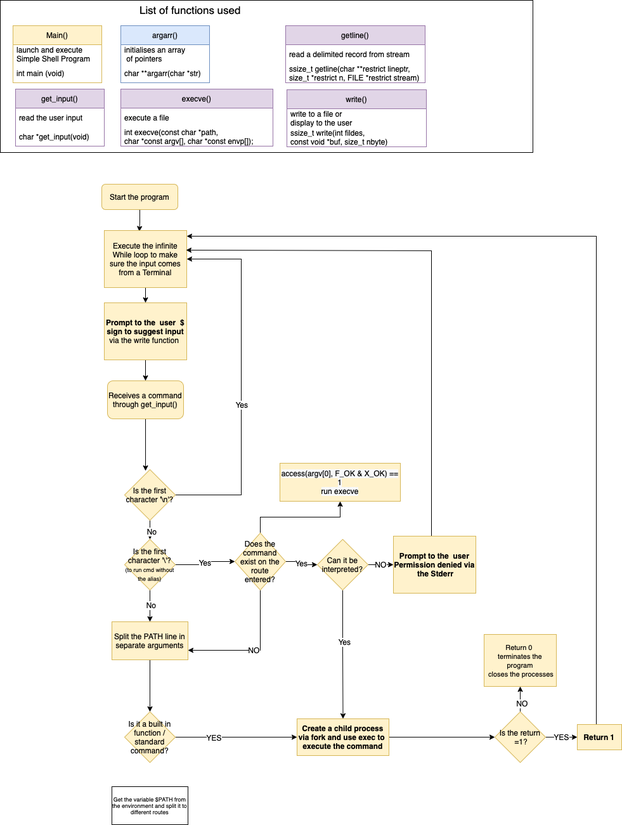
Before: Simple_shell.drawio.png, a diagram exported from draw.io (RainInApril/holbertonschool-simple_shell). Source tidied: cells renumbered, new cells last; positions are measured from the earlier drawing's top-left corner, leaving out a move shared by most shapes.
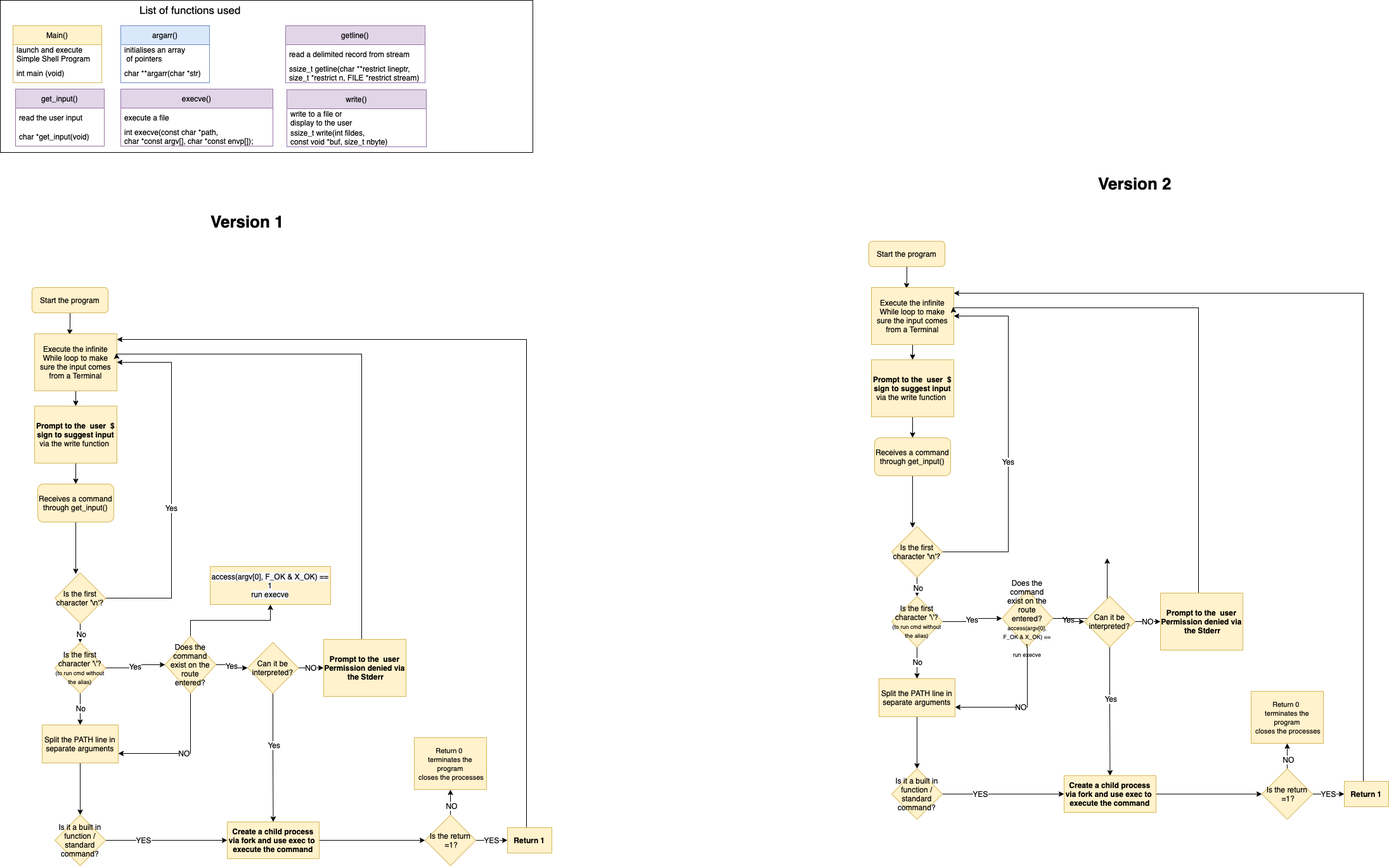
Later version of the same file.

Change to the diagram source:
```diff
@@ -3,7 +3,7 @@
     <mxCell id="0" />
     <mxCell id="1" parent="0" />
     <mxCell id="2" style="rounded=0;whiteSpace=wrap;html=1;fontSize=17;fillColor=none;" parent="1" vertex="1">
-      <mxGeometry width="840" height="240" as="geometry" />
+      <mxGeometry x="110" y="-163" width="840" height="240" as="geometry" />
     </mxCell>
     <mxCell id="3" style="edgeStyle=orthogonalEdgeStyle;rounded=0;jettySize=auto;html=1;entryX=0.425;entryY=0.017;entryDx=0;entryDy=0;entryPerimeter=0;" parent="1" edge="1" source="4" target="9">
       <mxGeometry relative="1" as="geometry" />
@@ -12,7 +12,7 @@
       <mxGeometry x="160" y="290" width="120" height="40" as="geometry" />
     </mxCell>
     <mxCell id="5" value="Main()" style="swimlane;fontStyle=0;horizontal=1;startSize=30;fillColor=#fff2cc;strokeColor=#d6b656;" parent="1" vertex="1">
-      <mxGeometry x="20" y="40" width="140" height="90" as="geometry" />
+      <mxGeometry x="130" y="-123" width="140" height="90" as="geometry" />
     </mxCell>
     <mxCell id="6" value="launch and execute &#10;Simple Shell Program" style="text;strokeColor=none;fillColor=none;align=left;verticalAlign=middle;spacingLeft=4;spacingRight=4;overflow=hidden;" parent="5" vertex="1">
       <mxGeometry y="30" width="140" height="30" as="geometry" />
@@ -33,7 +33,7 @@
       <mxGeometry x="164" y="477" width="130" height="90" as="geometry" />
     </mxCell>
     <mxCell id="12" value="get_input()" style="swimlane;fontStyle=0;horizontal=1;startSize=30;fillColor=#e1d5e7;strokeColor=#9673a6;" parent="1" vertex="1">
-      <mxGeometry x="24" y="140" width="140" height="90" as="geometry" />
+      <mxGeometry x="134" y="-23" width="140" height="90" as="geometry" />
     </mxCell>
     <mxCell id="13" value="read the user input" style="text;strokeColor=none;fillColor=none;align=left;verticalAlign=middle;spacingLeft=4;spacingRight=4;overflow=hidden;" parent="12" vertex="1">
       <mxGeometry y="30" width="140" height="30" as="geometry" />
@@ -42,7 +42,7 @@
       <mxGeometry y="60" width="140" height="30" as="geometry" />
     </mxCell>
     <mxCell id="15" value="List of functions used" style="text;html=1;strokeColor=none;fillColor=none;align=center;verticalAlign=middle;whiteSpace=wrap;rounded=0;fontSize=17;" parent="1" vertex="1">
-      <mxGeometry x="150" width="300" height="30" as="geometry" />
+      <mxGeometry x="260" y="-163" width="300" height="30" as="geometry" />
     </mxCell>
     <mxCell id="16" style="edgeStyle=orthogonalEdgeStyle;rounded=0;jettySize=auto;html=1;entryX=0.413;entryY=0.025;entryDx=0;entryDy=0;entryPerimeter=0;fontFamily=Helvetica;fontSize=12;" parent="1" edge="1" source="17" target="34">
       <mxGeometry relative="1" as="geometry" />
@@ -51,7 +51,7 @@
       <mxGeometry x="169" y="600" width="120" height="60" as="geometry" />
     </mxCell>
     <mxCell id="18" value="argarr()" style="swimlane;fontStyle=0;horizontal=1;startSize=30;fillColor=#dae8fc;strokeColor=#6c8ebf;" parent="1" vertex="1">
-      <mxGeometry x="190" y="40" width="140" height="90" as="geometry" />
+      <mxGeometry x="300" y="-123" width="140" height="90" as="geometry" />
     </mxCell>
     <mxCell id="19" value="initialises an array&#10; of pointers" style="text;strokeColor=none;fillColor=none;align=left;verticalAlign=middle;spacingLeft=4;spacingRight=4;overflow=hidden;" parent="18" vertex="1">
       <mxGeometry y="30" width="140" height="30" as="geometry" />
@@ -60,7 +60,7 @@
       <mxGeometry y="60" width="140" height="30" as="geometry" />
     </mxCell>
     <mxCell id="21" value="execve()" style="swimlane;fontStyle=0;horizontal=1;startSize=30;fillColor=#e1d5e7;strokeColor=#9673a6;" parent="1" vertex="1">
-      <mxGeometry x="190" y="140" width="240" height="90" as="geometry" />
+      <mxGeometry x="300" y="-23" width="240" height="90" as="geometry" />
     </mxCell>
     <mxCell id="22" value="execute a file" style="text;strokeColor=none;fillColor=none;align=left;verticalAlign=middle;spacingLeft=4;spacingRight=4;overflow=hidden;" parent="21" vertex="1">
       <mxGeometry y="30" width="240" height="30" as="geometry" />
@@ -69,7 +69,7 @@
       <mxGeometry y="60" width="240" height="30" as="geometry" />
     </mxCell>
     <mxCell id="24" value="getline()" style="swimlane;fontStyle=0;horizontal=1;startSize=30;fillColor=#e1d5e7;strokeColor=#9673a6;" parent="1" vertex="1">
-      <mxGeometry x="450" y="40" width="220" height="90" as="geometry" />
+      <mxGeometry x="560" y="-123" width="220" height="90" as="geometry" />
     </mxCell>
     <mxCell id="25" value="read a delimited record from stream" style="text;strokeColor=none;fillColor=none;align=left;verticalAlign=middle;spacingLeft=4;spacingRight=4;overflow=hidden;fontFamily=Helvetica;" parent="24" vertex="1">
       <mxGeometry y="30" width="220" height="30" as="geometry" />
@@ -78,7 +78,7 @@
       <mxGeometry y="60" width="220" height="30" as="geometry" />
     </mxCell>
     <mxCell id="27" value="write()" style="swimlane;fontStyle=0;horizontal=1;startSize=30;fillColor=#e1d5e7;strokeColor=#9673a6;" parent="1" vertex="1">
-      <mxGeometry x="452" y="141" width="220" height="90" as="geometry" />
+      <mxGeometry x="562" y="-22" width="220" height="90" as="geometry" />
     </mxCell>
     <mxCell id="28" value="write to a file or&#10;display to the user" style="text;strokeColor=none;fillColor=none;align=left;verticalAlign=middle;spacingLeft=4;spacingRight=4;overflow=hidden;" parent="27" vertex="1">
       <mxGeometry y="30" width="220" height="30" as="geometry" />
@@ -202,11 +202,156 @@
     <mxCell id="62" value="&lt;font style=&quot;font-size: 11px;&quot;&gt;Return 0 &lt;br&gt;terminates the program&lt;br&gt;&amp;nbsp;closes the processes&lt;/font&gt;" style="rounded=0;whiteSpace=wrap;html=1;fillColor=#fff2cc;strokeColor=#d6b656;" parent="1" vertex="1">
       <mxGeometry x="763" y="1000" width="114" height="82" as="geometry" />
     </mxCell>
-    <mxCell id="63" value="Get the variable $PATH from the environment and split it to different routes" style="rounded=0;whiteSpace=wrap;html=1;fontFamily=Helvetica;fontSize=9;fillColor=none;" parent="1" vertex="1">
-      <mxGeometry x="176" y="1240" width="120" height="60" as="geometry" />
-    </mxCell>
     <mxCell id="64" value="&lt;span style=&quot;caret-color: rgb(0, 0, 0); color: rgb(0, 0, 0); font-family: Helvetica; font-size: 12px; font-style: normal; font-variant-caps: normal; font-weight: 400; letter-spacing: normal; text-align: center; text-indent: 0px; text-transform: none; word-spacing: 0px; -webkit-text-stroke-width: 0px; background-color: rgb(248, 249, 250); text-decoration: none; float: none; display: inline !important;&quot;&gt;access(argv[0], F_OK &amp;amp; X_OK) == 1&lt;br&gt;run execve&lt;br&gt;&lt;/span&gt;" style="whiteSpace=wrap;html=1;fillColor=#fff2cc;strokeColor=#d6b656;" parent="1" vertex="1">
       <mxGeometry x="441" y="730" width="190" height="60" as="geometry" />
     </mxCell>
+    <mxCell id="65" style="edgeStyle=orthogonalEdgeStyle;rounded=0;jettySize=auto;html=1;entryX=0.425;entryY=0.017;entryDx=0;entryDy=0;entryPerimeter=0;" parent="1" edge="1" source="66" target="68">
+      <mxGeometry relative="1" as="geometry" />
+    </mxCell>
+    <mxCell id="66" value="Start the program" style="rounded=1;whiteSpace=wrap;html=1;fontSize=12;glass=0;strokeWidth=1;shadow=0;fillColor=#fff2cc;strokeColor=#d6b656;" parent="1" vertex="1">
+      <mxGeometry x="1480" y="217" width="120" height="40" as="geometry" />
+    </mxCell>
+    <mxCell id="67" style="edgeStyle=orthogonalEdgeStyle;rounded=0;jettySize=auto;html=1;entryX=0.5;entryY=0;entryDx=0;entryDy=0;" parent="1" edge="1" source="68" target="70">
+      <mxGeometry relative="1" as="geometry" />
+    </mxCell>
+    <mxCell id="68" value="Execute the infinite While loop to make sure the input comes from a Terminal" style="rounded=0;whiteSpace=wrap;html=1;fillColor=#fff2cc;strokeColor=#d6b656;" parent="1" vertex="1">
+      <mxGeometry x="1484" y="290" width="130" height="90" as="geometry" />
+    </mxCell>
+    <mxCell id="69" style="edgeStyle=orthogonalEdgeStyle;rounded=0;jettySize=auto;html=1;entryX=0.5;entryY=0;entryDx=0;entryDy=0;fontSize=12;" parent="1" edge="1" source="70" target="72">
+      <mxGeometry relative="1" as="geometry" />
+    </mxCell>
+    <mxCell id="70" value="&lt;b&gt;Prompt to the &amp;nbsp;user &amp;nbsp;$ sign to suggest input&lt;/b&gt;&lt;br&gt;via the write function&amp;nbsp;" style="rounded=0;whiteSpace=wrap;html=1;fillColor=#fff2cc;strokeColor=#d6b656;" parent="1" vertex="1">
+      <mxGeometry x="1484" y="404" width="130" height="90" as="geometry" />
+    </mxCell>
+    <mxCell id="71" style="edgeStyle=orthogonalEdgeStyle;rounded=0;jettySize=auto;html=1;entryX=0.413;entryY=0.025;entryDx=0;entryDy=0;entryPerimeter=0;fontFamily=Helvetica;fontSize=12;" parent="1" edge="1" source="72" target="77">
+      <mxGeometry relative="1" as="geometry" />
+    </mxCell>
+    <mxCell id="72" value="Receives a command through get_input()" style="rounded=1;whiteSpace=wrap;html=1;fontSize=12;fillColor=#fff2cc;strokeColor=#d6b656;" parent="1" vertex="1">
+      <mxGeometry x="1489" y="527" width="120" height="60" as="geometry" />
+    </mxCell>
+    <mxCell id="73" style="edgeStyle=orthogonalEdgeStyle;rounded=0;jettySize=auto;html=1;entryX=1;entryY=0.5;entryDx=0;entryDy=0;fontFamily=Helvetica;fontSize=12;exitX=1;exitY=0.5;exitDx=0;exitDy=0;" parent="1" edge="1" source="77" target="68">
+      <mxGeometry relative="1" as="geometry">
+        <Array as="points">
+          <mxPoint x="1700" y="707" />
+          <mxPoint x="1700" y="335" />
+        </Array>
+      </mxGeometry>
+    </mxCell>
+    <mxCell id="74" value="Yes" style="edgeLabel;html=1;align=center;verticalAlign=middle;fontSize=12;fontFamily=Helvetica;" parent="73" vertex="1">
+      <mxGeometry x="-0.12" relative="1" as="geometry" />
+    </mxCell>
+    <mxCell id="75" style="edgeStyle=orthogonalEdgeStyle;rounded=0;jettySize=auto;html=1;entryX=0.5;entryY=0;entryDx=0;entryDy=0;fontFamily=Helvetica;fontSize=12;" parent="1" edge="1" source="77" target="81">
+      <mxGeometry relative="1" as="geometry" />
+    </mxCell>
+    <mxCell id="76" value="No" style="edgeLabel;html=1;align=center;verticalAlign=middle;fontSize=12;fontFamily=Helvetica;" parent="75" vertex="1">
+      <mxGeometry x="0.48" y="2" relative="1" as="geometry" />
+    </mxCell>
+    <mxCell id="77" value="Is the first character '\n'?" style="rhombus;whiteSpace=wrap;html=1;fontFamily=Helvetica;fontSize=12;fillColor=#fff2cc;strokeColor=#d6b656;" parent="1" vertex="1">
+      <mxGeometry x="1516" y="667" width="80" height="80" as="geometry" />
+    </mxCell>
+    <mxCell id="78" value="Yes" style="edgeStyle=orthogonalEdgeStyle;rounded=0;jettySize=auto;html=1;entryX=0;entryY=0.5;entryDx=0;entryDy=0;fontFamily=Helvetica;fontSize=12;" parent="1" edge="1" source="81" target="85">
+      <mxGeometry relative="1" as="geometry" />
+    </mxCell>
+    <mxCell id="79" style="edgeStyle=orthogonalEdgeStyle;rounded=0;jettySize=auto;html=1;fontFamily=Helvetica;fontSize=12;" parent="1" edge="1" source="81" target="87">
+      <mxGeometry relative="1" as="geometry" />
+    </mxCell>
+    <mxCell id="80" value="No" style="edgeLabel;html=1;align=center;verticalAlign=middle;fontSize=12;fontFamily=Helvetica;" parent="79" vertex="1">
+      <mxGeometry x="-0.08" y="1" relative="1" as="geometry" />
+    </mxCell>
+    <mxCell id="81" value="Is the first character '\'?&lt;br&gt;&lt;font style=&quot;font-size: 9px;&quot;&gt;(to run cmd without the alias)&lt;/font&gt;" style="rhombus;whiteSpace=wrap;html=1;fontFamily=Helvetica;fontSize=12;fillColor=#fff2cc;strokeColor=#d6b656;" parent="1" vertex="1">
+      <mxGeometry x="1516" y="777" width="80" height="80" as="geometry" />
+    </mxCell>
+    <mxCell id="82" value="Yes" style="edgeStyle=orthogonalEdgeStyle;rounded=0;jettySize=auto;html=1;fontFamily=Helvetica;fontSize=12;" parent="1" edge="1" source="85" target="91">
+      <mxGeometry relative="1" as="geometry" />
+    </mxCell>
+    <mxCell id="83" value="NO" style="edgeStyle=orthogonalEdgeStyle;rounded=0;jettySize=auto;html=1;entryX=1;entryY=0.75;entryDx=0;entryDy=0;fontFamily=Helvetica;fontSize=12;" parent="1" edge="1" source="85" target="87">
+      <mxGeometry relative="1" as="geometry">
+        <Array as="points">
+          <mxPoint x="1730" y="952" />
+        </Array>
+      </mxGeometry>
+    </mxCell>
+    <mxCell id="84" style="edgeStyle=orthogonalEdgeStyle;rounded=0;jettySize=auto;html=1;" parent="1" edge="1" source="85">
+      <mxGeometry relative="1" as="geometry">
+        <mxPoint x="1856" y="717" as="targetPoint" />
+      </mxGeometry>
+    </mxCell>
+    <mxCell id="85" value="Does the command exist on the route entered?&lt;br&gt;&lt;font style=&quot;font-size: 9px;&quot;&gt;access(argv[0], F_OK &amp;amp; X_OK) == 1&lt;br&gt;run execve&lt;/font&gt;" style="rhombus;whiteSpace=wrap;html=1;fontFamily=Helvetica;fontSize=12;fillColor=#fff2cc;strokeColor=#d6b656;" parent="1" vertex="1">
+      <mxGeometry x="1690" y="767" width="80" height="90" as="geometry" />
+    </mxCell>
+    <mxCell id="86" style="edgeStyle=orthogonalEdgeStyle;rounded=0;jettySize=auto;html=1;entryX=0.5;entryY=0;entryDx=0;entryDy=0;fontFamily=Helvetica;fontSize=12;" parent="1" edge="1" source="87" target="98">
+      <mxGeometry relative="1" as="geometry" />
+    </mxCell>
+    <mxCell id="87" value="Split the PATH line in separate arguments" style="rounded=0;whiteSpace=wrap;html=1;fontFamily=Helvetica;fontSize=12;fillColor=#fff2cc;strokeColor=#d6b656;" parent="1" vertex="1">
+      <mxGeometry x="1496" y="907" width="120" height="60" as="geometry" />
+    </mxCell>
+    <mxCell id="88" value="NO" style="edgeStyle=orthogonalEdgeStyle;rounded=0;jettySize=auto;html=1;fontFamily=Helvetica;fontSize=12;" parent="1" edge="1" source="91" target="93">
+      <mxGeometry relative="1" as="geometry" />
+    </mxCell>
+    <mxCell id="89" style="edgeStyle=orthogonalEdgeStyle;rounded=0;jettySize=auto;html=1;exitX=0.5;exitY=1;exitDx=0;exitDy=0;entryX=0.5;entryY=0;entryDx=0;entryDy=0;fontFamily=Helvetica;fontSize=12;" parent="1" edge="1" source="91" target="95">
+      <mxGeometry relative="1" as="geometry" />
+    </mxCell>
+    <mxCell id="90" value="Yes" style="edgeLabel;html=1;align=center;verticalAlign=middle;fontSize=12;fontFamily=Helvetica;" parent="89" vertex="1">
+      <mxGeometry x="-0.2" y="2" relative="1" as="geometry" />
+    </mxCell>
+    <mxCell id="91" value="Can it be interpreted?" style="rhombus;whiteSpace=wrap;html=1;fontFamily=Helvetica;fontSize=12;fillColor=#fff2cc;strokeColor=#d6b656;" parent="1" vertex="1">
+      <mxGeometry x="1820" y="777" width="80" height="80" as="geometry" />
+    </mxCell>
+    <mxCell id="92" style="edgeStyle=orthogonalEdgeStyle;rounded=0;jettySize=auto;html=1;entryX=0.992;entryY=0.344;entryDx=0;entryDy=0;entryPerimeter=0;fontFamily=Helvetica;fontSize=9;" parent="1" edge="1" source="93" target="68">
+      <mxGeometry relative="1" as="geometry">
+        <Array as="points">
+          <mxPoint x="2000" y="322" />
+        </Array>
+      </mxGeometry>
+    </mxCell>
+    <mxCell id="93" value="&lt;b&gt;Prompt to the &amp;nbsp;user Permission denied via &amp;nbsp;the Stderr&lt;/b&gt;" style="rounded=0;whiteSpace=wrap;html=1;fillColor=#fff2cc;strokeColor=#d6b656;" parent="1" vertex="1">
+      <mxGeometry x="1940" y="772" width="130" height="90" as="geometry" />
+    </mxCell>
+    <mxCell id="94" style="edgeStyle=orthogonalEdgeStyle;rounded=0;jettySize=auto;html=1;entryX=0;entryY=0.5;entryDx=0;entryDy=0;fontFamily=Helvetica;fontSize=12;" parent="1" edge="1" source="95" target="102">
+      <mxGeometry relative="1" as="geometry" />
+    </mxCell>
+    <mxCell id="95" value="&lt;b&gt;Create a child process via fork and use&amp;nbsp;exec to&amp;nbsp;&lt;br&gt;execute the command&lt;/b&gt;" style="rounded=0;whiteSpace=wrap;html=1;fillColor=#fff2cc;strokeColor=#d6b656;" parent="1" vertex="1">
+      <mxGeometry x="1788" y="1060" width="145" height="58" as="geometry" />
+    </mxCell>
+    <mxCell id="96" style="edgeStyle=orthogonalEdgeStyle;rounded=0;jettySize=auto;html=1;entryX=0;entryY=0.5;entryDx=0;entryDy=0;fontFamily=Helvetica;fontSize=12;" parent="1" edge="1" source="98" target="95">
+      <mxGeometry relative="1" as="geometry" />
+    </mxCell>
+    <mxCell id="97" value="YES" style="edgeLabel;html=1;align=center;verticalAlign=middle;fontSize=12;fontFamily=Helvetica;" parent="96" vertex="1">
+      <mxGeometry x="-0.38" relative="1" as="geometry" />
+    </mxCell>
+    <mxCell id="98" value="Is it a built in function / standard command?" style="rhombus;whiteSpace=wrap;html=1;fontFamily=Helvetica;fontSize=12;fillColor=#fff2cc;strokeColor=#d6b656;" parent="1" vertex="1">
+      <mxGeometry x="1516" y="1049" width="80" height="80" as="geometry" />
+    </mxCell>
+    <mxCell id="99" value="YES" style="edgeStyle=orthogonalEdgeStyle;rounded=0;jettySize=auto;html=1;fontFamily=Helvetica;fontSize=12;entryX=0;entryY=0.5;entryDx=0;entryDy=0;" parent="1" edge="1" source="102" target="104">
+      <mxGeometry relative="1" as="geometry" />
+    </mxCell>
+    <mxCell id="100" style="edgeStyle=orthogonalEdgeStyle;rounded=0;jettySize=auto;html=1;exitX=0.5;exitY=0;exitDx=0;exitDy=0;entryX=0.5;entryY=1;entryDx=0;entryDy=0;fontFamily=Helvetica;fontSize=12;" parent="1" edge="1" source="102" target="105">
+      <mxGeometry relative="1" as="geometry" />
+    </mxCell>
+    <mxCell id="101" value="NO" style="edgeLabel;html=1;align=center;verticalAlign=middle;fontSize=12;fontFamily=Helvetica;" parent="100" vertex="1">
+      <mxGeometry x="-0.29" y="-2" relative="1" as="geometry" />
+    </mxCell>
+    <mxCell id="102" value="Is the return &amp;nbsp;=1?" style="rhombus;whiteSpace=wrap;html=1;fontFamily=Helvetica;fontSize=12;fillColor=#fff2cc;strokeColor=#d6b656;" parent="1" vertex="1">
+      <mxGeometry x="2100" y="1049" width="80" height="80" as="geometry" />
+    </mxCell>
+    <mxCell id="103" style="edgeStyle=orthogonalEdgeStyle;rounded=0;jettySize=auto;html=1;entryX=1;entryY=0.1;entryDx=0;entryDy=0;entryPerimeter=0;fontFamily=Helvetica;fontSize=12;" parent="1" edge="1" source="104" target="68">
+      <mxGeometry relative="1" as="geometry">
+        <Array as="points">
+          <mxPoint x="2260" y="299" />
+        </Array>
+      </mxGeometry>
+    </mxCell>
+    <mxCell id="104" value="&lt;b&gt;Return 1&lt;/b&gt;" style="rounded=0;whiteSpace=wrap;html=1;fillColor=#fff2cc;strokeColor=#d6b656;" parent="1" vertex="1">
+      <mxGeometry x="2230" y="1069" width="70" height="40" as="geometry" />
+    </mxCell>
+    <mxCell id="105" value="&lt;font style=&quot;font-size: 11px;&quot;&gt;Return 0 &lt;br&gt;terminates the program&lt;br&gt;&amp;nbsp;closes the processes&lt;/font&gt;" style="rounded=0;whiteSpace=wrap;html=1;fillColor=#fff2cc;strokeColor=#d6b656;" parent="1" vertex="1">
+      <mxGeometry x="2083" y="927" width="114" height="82" as="geometry" />
+    </mxCell>
+    <mxCell id="106" value="Version 1" style="text;html=1;strokeColor=none;fillColor=none;align=center;verticalAlign=middle;whiteSpace=wrap;rounded=0;fontSize=26;fontStyle=1;" parent="1" vertex="1">
+      <mxGeometry x="400" y="147" width="200" height="80" as="geometry" />
+    </mxCell>
+    <mxCell id="107" value="Version 2" style="text;html=1;strokeColor=none;fillColor=none;align=center;verticalAlign=middle;whiteSpace=wrap;rounded=0;fontSize=26;fontStyle=1;" parent="1" vertex="1">
+      <mxGeometry x="1800" y="87" width="200" height="80" as="geometry" />
+    </mxCell>
   </root>
 </mxGraphModel>
```
